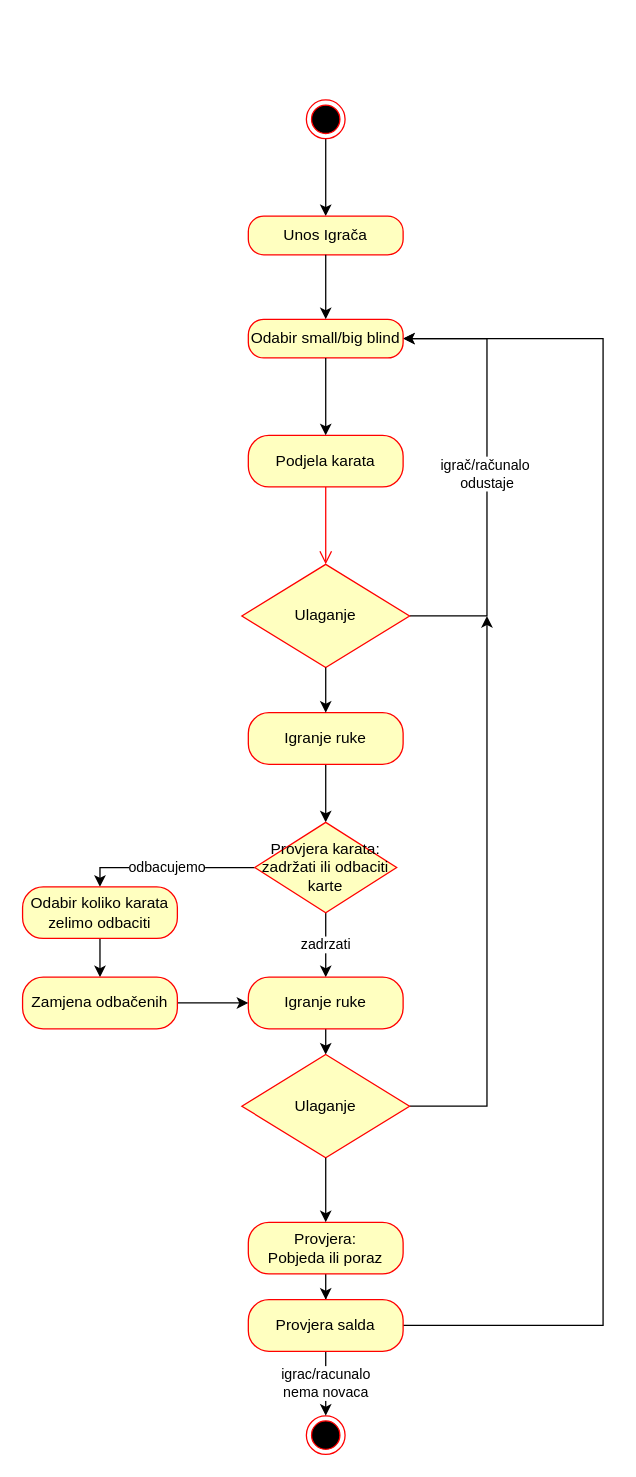
Before: page "aktivnosti" (2 of 7) of Projekt_Poker_activity.drawio in ewlibi/Poker, a draw.io diagram. Source tidied: cells renumbered, new cells numbered last; positions are measured from the earlier drawing's top-left corner, leaving out a move shared by most shapes. Both pictures are drawn from the tidied source at 129%, with x=0, y=0 at pixel (22, 99).
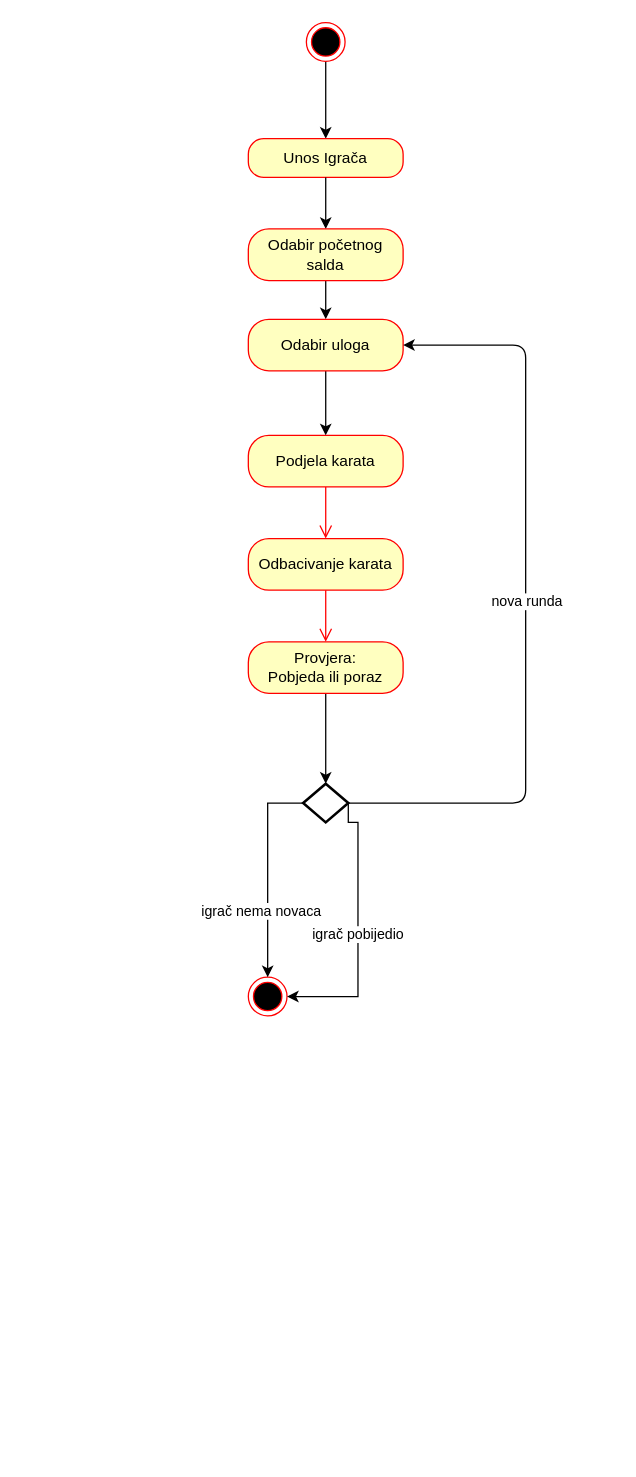
After the change.

The change refers to these unchanged cells:
```xml
<mxCell id="5" value="Podjela karata" style="rounded=1;whiteSpace=wrap;html=1;arcSize=40;fontColor=#000000;fillColor=#ffffc0;strokeColor=#ff0000;" parent="1" vertex="1">
  <mxGeometry x="175" y="260" width="120" height="40" as="geometry" />
</mxCell>
```

Change to the diagram source:
```diff
@@
     <mxCell id="3" style="ellipse;html=1;shape=endState;fillColor=#000000;strokeColor=#ff0000;" parent="1" vertex="1">
-      <mxGeometry x="220" width="30" height="30" as="geometry" />
+      <mxGeometry x="220" y="-60" width="30" height="30" as="geometry" />
     </mxCell>
     <mxCell id="4" value="Unos Igrača" style="rounded=1;whiteSpace=wrap;html=1;arcSize=40;fontColor=#000000;fillColor=#ffffc0;strokeColor=#ff0000;" parent="1" vertex="1">
-      <mxGeometry x="175" y="90" width="120" height="30" as="geometry" />
+      <mxGeometry x="175" y="30" width="120" height="30" as="geometry" />
     </mxCell>
@@
     <mxCell id="6" style="ellipse;html=1;shape=endState;fillColor=#000000;strokeColor=#ff0000;" parent="1" vertex="1">
-      <mxGeometry x="220" y="1020" width="30" height="30" as="geometry" />
+      <mxGeometry x="175" y="680" width="30" height="30" as="geometry" />
     </mxCell>
-    <mxCell id="7" style="edgeStyle=orthogonalEdgeStyle;html=1;verticalAlign=bottom;endArrow=open;endSize=8;strokeColor=#ff0000;" parent="1" edge="1" source="5">
-      <mxGeometry relative="1" as="geometry">
-        <mxPoint x="235" y="360" as="targetPoint" />
-      </mxGeometry>
+    <mxCell id="7" style="edgeStyle=orthogonalEdgeStyle;html=1;verticalAlign=bottom;endArrow=open;endSize=8;strokeColor=#ff0000;entryX=0.5;entryY=0;entryDx=0;entryDy=0;" parent="1" edge="1" source="5" target="41">
+      <mxGeometry relative="1" as="geometry" />
     </mxCell>
-    <mxCell id="8" value="igrač/računalo&amp;nbsp;&lt;br&gt;odustaje" style="edgeStyle=orthogonalEdgeStyle;rounded=0;jettySize=auto;html=1;exitX=1;exitY=0.5;exitDx=0;exitDy=0;entryX=1;entryY=0.5;entryDx=0;entryDy=0;" parent="1" edge="1" source="9" target="28">
-      <mxGeometry relative="1" as="geometry">
-        <Array as="points">
-          <mxPoint x="360" y="400" />
-          <mxPoint x="360" y="185" />
-        </Array>
-      </mxGeometry>
-    </mxCell>
-    <mxCell id="9" value="Ulaganje" style="rhombus;whiteSpace=wrap;html=1;fillColor=#ffffc0;strokeColor=#ff0000;" parent="1" vertex="1">
-      <mxGeometry x="170" y="360" width="130" height="80" as="geometry" />
-    </mxCell>
-    <mxCell id="10" style="edgeStyle=orthogonalEdgeStyle;rounded=0;jettySize=auto;html=1;exitX=0.5;exitY=1;exitDx=0;exitDy=0;entryX=0.5;entryY=0;entryDx=0;entryDy=0;" parent="1" edge="1" source="11" target="14">
-      <mxGeometry relative="1" as="geometry" />
-    </mxCell>
-    <mxCell id="11" value="Igranje ruke" style="rounded=1;whiteSpace=wrap;html=1;arcSize=40;fontColor=#000000;fillColor=#ffffc0;strokeColor=#ff0000;" parent="1" vertex="1">
-      <mxGeometry x="175" y="475" width="120" height="40" as="geometry" />
-    </mxCell>
-    <mxCell id="12" value="zadrzati" style="edgeStyle=orthogonalEdgeStyle;rounded=0;jettySize=auto;html=1;exitX=0.5;exitY=1;exitDx=0;exitDy=0;" parent="1" edge="1" source="14">
-      <mxGeometry relative="1" as="geometry">
-        <mxPoint x="235" y="680" as="targetPoint" />
-      </mxGeometry>
-    </mxCell>
-    <mxCell id="13" value="odbacujemo" style="edgeStyle=orthogonalEdgeStyle;rounded=0;jettySize=auto;html=1;exitX=0;exitY=0.5;exitDx=0;exitDy=0;" parent="1" edge="1" source="14" target="18">
-      <mxGeometry relative="1" as="geometry">
-        <Array as="points">
-          <mxPoint x="100" y="595" />
-          <mxPoint x="100" y="595" />
-        </Array>
-      </mxGeometry>
-    </mxCell>
-    <mxCell id="14" value="Provjera karata:&lt;br&gt;zadržati ili odbaciti karte" style="rhombus;whiteSpace=wrap;html=1;fillColor=#ffffc0;strokeColor=#ff0000;" parent="1" vertex="1">
-      <mxGeometry x="180" y="560" width="110" height="70" as="geometry" />
-    </mxCell>
-    <mxCell id="15" style="edgeStyle=orthogonalEdgeStyle;rounded=0;jettySize=auto;html=1;exitX=0.5;exitY=1;exitDx=0;exitDy=0;" parent="1" edge="1" source="16">
-      <mxGeometry relative="1" as="geometry">
-        <mxPoint x="235" y="740" as="targetPoint" />
-      </mxGeometry>
-    </mxCell>
-    <mxCell id="16" value="Igranje ruke" style="rounded=1;whiteSpace=wrap;html=1;arcSize=40;fontColor=#000000;fillColor=#ffffc0;strokeColor=#ff0000;" parent="1" vertex="1">
-      <mxGeometry x="175" y="680" width="120" height="40" as="geometry" />
-    </mxCell>
-    <mxCell id="17" style="edgeStyle=orthogonalEdgeStyle;rounded=0;jettySize=auto;html=1;exitX=0.5;exitY=1;exitDx=0;exitDy=0;" parent="1" edge="1" source="18" target="20">
-      <mxGeometry relative="1" as="geometry" />
-    </mxCell>
-    <mxCell id="18" value="Odabir koliko karata zelimo odbaciti" style="rounded=1;whiteSpace=wrap;html=1;arcSize=40;fontColor=#000000;fillColor=#ffffc0;strokeColor=#ff0000;" parent="1" vertex="1">
-      <mxGeometry y="610" width="120" height="40" as="geometry" />
-    </mxCell>
-    <mxCell id="19" style="edgeStyle=orthogonalEdgeStyle;rounded=0;jettySize=auto;html=1;" parent="1" edge="1" source="20" target="16">
-      <mxGeometry relative="1" as="geometry" />
-    </mxCell>
-    <mxCell id="20" value="Zamjena odbačenih" style="rounded=1;whiteSpace=wrap;html=1;arcSize=40;fontColor=#000000;fillColor=#ffffc0;strokeColor=#ff0000;" parent="1" vertex="1">
-      <mxGeometry y="680" width="120" height="40" as="geometry" />
-    </mxCell>
-    <mxCell id="21" style="edgeStyle=orthogonalEdgeStyle;rounded=0;jettySize=auto;html=1;" parent="1" edge="1" source="22">
-      <mxGeometry relative="1" as="geometry">
-        <mxPoint x="360" y="400" as="targetPoint" />
-        <Array as="points">
-          <mxPoint x="360" y="780" />
-        </Array>
-      </mxGeometry>
-    </mxCell>
-    <mxCell id="22" value="Ulaganje" style="rhombus;whiteSpace=wrap;html=1;fillColor=#ffffc0;strokeColor=#ff0000;" parent="1" vertex="1">
-      <mxGeometry x="170" y="740" width="130" height="80" as="geometry" />
-    </mxCell>
-    <mxCell id="23" style="edgeStyle=orthogonalEdgeStyle;rounded=0;jettySize=auto;html=1;" parent="1" edge="1" source="24" target="27">
+    <mxCell id="23" style="edgeStyle=orthogonalEdgeStyle;rounded=0;jettySize=auto;html=1;entryX=0.5;entryY=0;entryDx=0;entryDy=0;entryPerimeter=0;" parent="1" edge="1" source="24" target="37">
       <mxGeometry relative="1" as="geometry" />
     </mxCell>
     <mxCell id="24" value="Provjera:&lt;br&gt;Pobjeda ili poraz" style="rounded=1;whiteSpace=wrap;html=1;arcSize=40;fontColor=#000000;fillColor=#ffffc0;strokeColor=#ff0000;" parent="1" vertex="1">
-      <mxGeometry x="175" y="870" width="120" height="40" as="geometry" />
+      <mxGeometry x="175" y="420" width="120" height="40" as="geometry" />
     </mxCell>
-    <mxCell id="25" value="igrac/racunalo&lt;br&gt;nema novaca" style="edgeStyle=orthogonalEdgeStyle;rounded=0;jettySize=auto;html=1;exitX=0.5;exitY=1;exitDx=0;exitDy=0;entryX=0.5;entryY=0;entryDx=0;entryDy=0;" parent="1" edge="1" source="27" target="6">
-      <mxGeometry relative="1" as="geometry" />
+    <mxCell id="25" value="igrač nema novaca" style="edgeStyle=orthogonalEdgeStyle;rounded=0;jettySize=auto;html=1;exitX=0;exitY=0.5;exitDx=0;exitDy=0;entryX=0.5;entryY=0;entryDx=0;entryDy=0;exitPerimeter=0;" parent="1" edge="1" source="37" target="6">
+      <mxGeometry x="0.37" y="-5" relative="1" as="geometry" />
     </mxCell>
-    <mxCell id="26" style="edgeStyle=orthogonalEdgeStyle;rounded=0;jettySize=auto;html=1;exitX=1;exitY=0.5;exitDx=0;exitDy=0;entryX=1;entryY=0.5;entryDx=0;entryDy=0;" parent="1" edge="1" source="27" target="28">
-      <mxGeometry relative="1" as="geometry">
-        <Array as="points">
-          <mxPoint x="450" y="950" />
-          <mxPoint x="450" y="185" />
-        </Array>
-      </mxGeometry>
-    </mxCell>
-    <mxCell id="27" value="Provjera salda" style="rounded=1;whiteSpace=wrap;html=1;arcSize=40;fontColor=#000000;fillColor=#ffffc0;strokeColor=#ff0000;" parent="1" vertex="1">
-      <mxGeometry x="175" y="930" width="120" height="40" as="geometry" />
-    </mxCell>
-    <mxCell id="28" value="Odabir small/big blind" style="rounded=1;whiteSpace=wrap;html=1;arcSize=40;fontColor=#000000;fillColor=#ffffc0;strokeColor=#ff0000;" parent="1" vertex="1">
-      <mxGeometry x="175" y="170" width="120" height="30" as="geometry" />
-    </mxCell>
-    <mxCell id="29" style="endArrow=classic;html=1;exitX=0.5;exitY=1;exitDx=0;exitDy=0;" parent="1" edge="1" source="4" target="28">
+    <mxCell id="29" style="endArrow=classic;html=1;exitX=0.5;exitY=1;exitDx=0;exitDy=0;entryX=0.5;entryY=0;entryDx=0;entryDy=0;" parent="1" edge="1" source="4" target="34">
       <mxGeometry relative="1" as="geometry" />
     </mxCell>
-    <mxCell id="30" style="endArrow=classic;html=1;exitX=0.5;exitY=1;exitDx=0;exitDy=0;entryX=0.5;entryY=0;entryDx=0;entryDy=0;" parent="1" edge="1" source="28" target="5">
-      <mxGeometry relative="1" as="geometry" />
-    </mxCell>
-    <mxCell id="31" style="endArrow=classic;html=1;exitX=0.5;exitY=1;exitDx=0;exitDy=0;entryX=0.5;entryY=0;entryDx=0;entryDy=0;" parent="1" edge="1" source="22" target="24">
-      <mxGeometry relative="1" as="geometry" />
-    </mxCell>
-    <mxCell id="32" style="endArrow=classic;html=1;exitX=0.5;exitY=1;exitDx=0;exitDy=0;entryX=0.5;entryY=0;entryDx=0;entryDy=0;" parent="1" edge="1" source="9" target="11">
-      <mxGeometry relative="1" as="geometry" />
-    </mxCell>
+    <mxCell id="33" style="edgeStyle=orthogonalEdgeStyle;rounded=0;jettySize=auto;html=1;exitX=0.5;exitY=1;exitDx=0;exitDy=0;entryX=0.5;entryY=0;entryDx=0;entryDy=0;" parent="1" edge="1" source="34" target="36">
+      <mxGeometry relative="1" as="geometry" />
+    </mxCell>
+    <mxCell id="34" value="Odabir početnog salda" style="rounded=1;whiteSpace=wrap;html=1;arcSize=40;fontColor=#000000;fillColor=#ffffc0;strokeColor=#ff0000;" parent="1" vertex="1">
+      <mxGeometry x="175" y="100" width="120" height="40" as="geometry" />
+    </mxCell>
+    <mxCell id="35" style="edgeStyle=orthogonalEdgeStyle;rounded=0;jettySize=auto;html=1;exitX=0.5;exitY=1;exitDx=0;exitDy=0;" parent="1" edge="1" source="36" target="5">
+      <mxGeometry relative="1" as="geometry" />
+    </mxCell>
+    <mxCell id="36" value="Odabir uloga" style="rounded=1;whiteSpace=wrap;html=1;arcSize=40;fontColor=#000000;fillColor=#ffffc0;strokeColor=#ff0000;" parent="1" vertex="1">
+      <mxGeometry x="175" y="170" width="120" height="40" as="geometry" />
+    </mxCell>
+    <mxCell id="37" style="strokeWidth=2;html=1;shape=mxgraph.flowchart.decision;whiteSpace=wrap;" parent="1" vertex="1">
+      <mxGeometry x="217.5" y="530" width="35" height="30" as="geometry" />
+    </mxCell>
+    <mxCell id="38" value="igrač pobijedio" style="edgeStyle=orthogonalEdgeStyle;rounded=0;jettySize=auto;html=1;exitX=1;exitY=0.5;exitDx=0;exitDy=0;exitPerimeter=0;entryX=1;entryY=0.5;entryDx=0;entryDy=0;" parent="1" edge="1" source="37" target="6">
+      <mxGeometry x="0.02" relative="1" as="geometry">
+        <Array as="points">
+          <mxPoint x="253" y="560" />
+          <mxPoint x="260" y="560" />
+          <mxPoint x="260" y="695" />
+        </Array>
+        <mxPoint y="1" as="offset" />
+      </mxGeometry>
+    </mxCell>
+    <mxCell id="39" style="endArrow=classic;html=1;exitX=1;exitY=0.5;exitDx=0;exitDy=0;exitPerimeter=0;entryX=1;entryY=0.5;entryDx=0;entryDy=0;" parent="1" edge="1" source="37" target="36">
+      <mxGeometry relative="1" as="geometry">
+        <Array as="points">
+          <mxPoint x="390" y="545" />
+          <mxPoint x="390" y="190" />
+        </Array>
+      </mxGeometry>
+    </mxCell>
+    <mxCell id="40" value="nova runda" style="edgeLabel;html=1;align=center;verticalAlign=middle;" parent="39" vertex="1">
+      <mxGeometry relative="1" as="geometry" />
+    </mxCell>
+    <mxCell id="41" value="Odbacivanje karata" style="rounded=1;whiteSpace=wrap;html=1;arcSize=40;fontColor=#000000;fillColor=#ffffc0;strokeColor=#ff0000;" parent="1" vertex="1">
+      <mxGeometry x="175" y="340" width="120" height="40" as="geometry" />
+    </mxCell>
+    <mxCell id="42" style="edgeStyle=orthogonalEdgeStyle;html=1;verticalAlign=bottom;endArrow=open;endSize=8;strokeColor=#ff0000;entryX=0.5;entryY=0;entryDx=0;entryDy=0;" parent="1" edge="1" source="41" target="24">
+      <mxGeometry relative="1" as="geometry" />
+    </mxCell>
```
